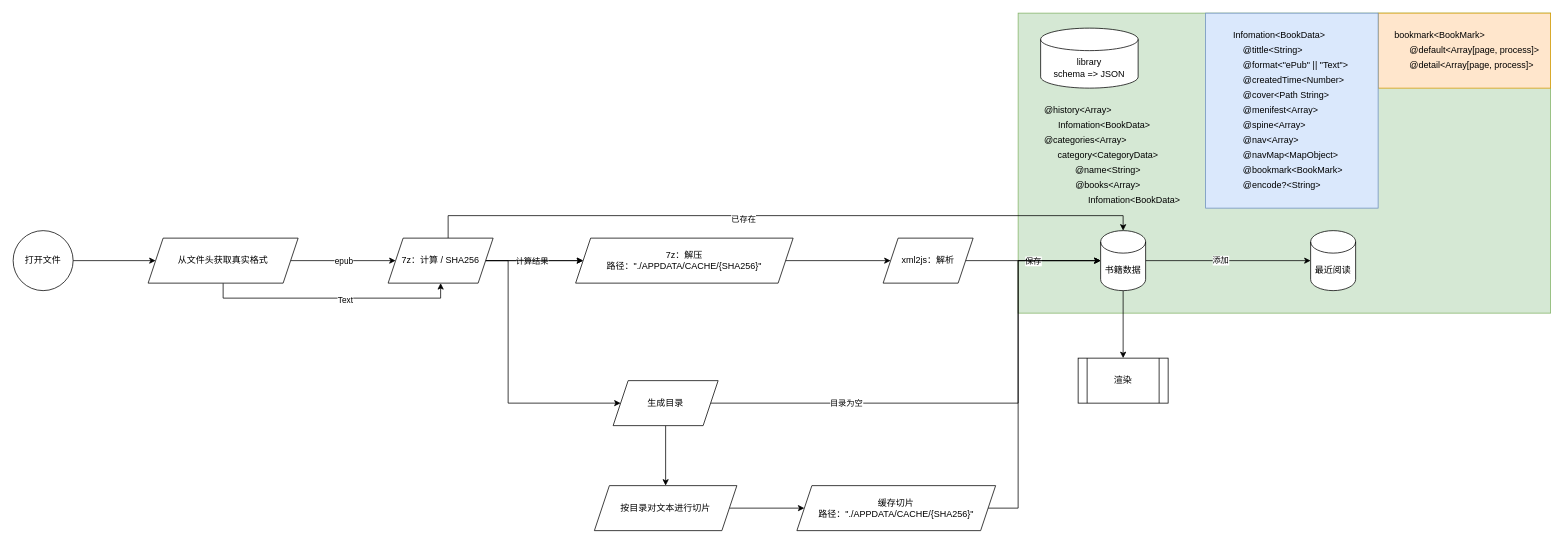
Above: blueprint/Process.drawio in nsplup/aReader (draw.io), before the change. Source tidied: cells renumbered, new cells numbered last; positions are measured from the earlier drawing's top-left corner, leaving out a move shared by most shapes. Both pictures are drawn from the tidied source at 75%, with x=0, y=0 at pixel (13, 13).
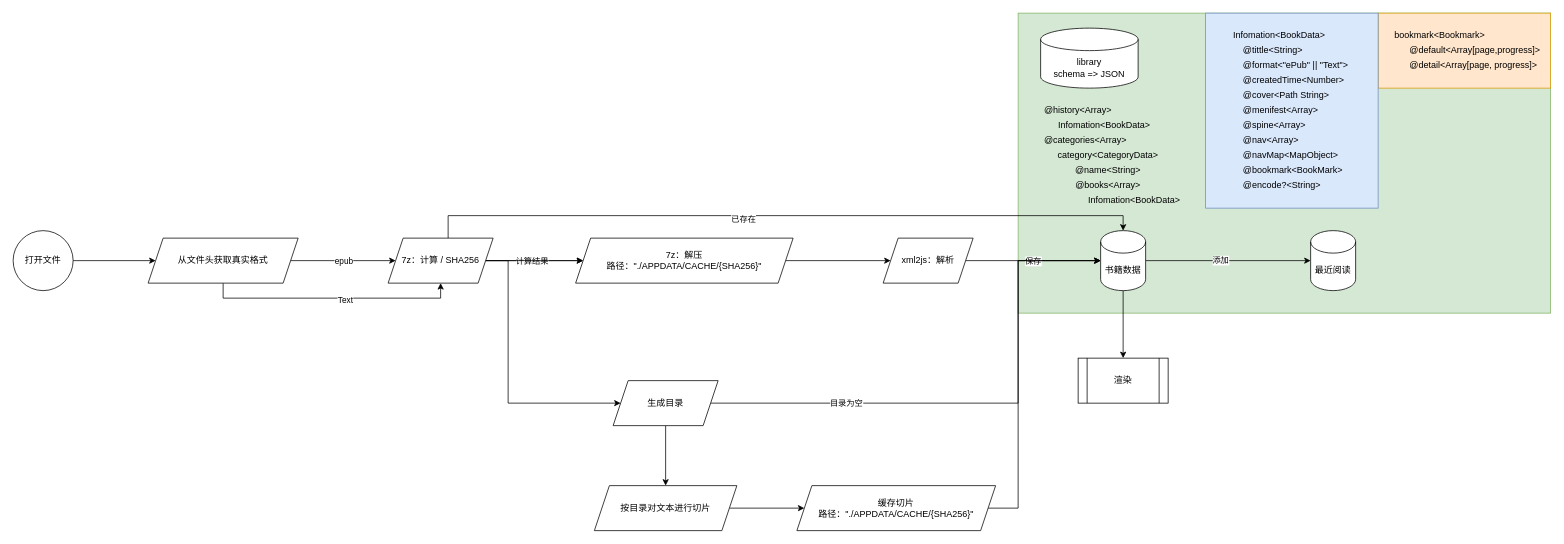
The same diagram, later.

The edit, as a diff of the source:
```diff
@@
-    <mxCell id="55" value="bookmark&amp;lt;BookMark&amp;gt;" style="text;html=1;strokeColor=none;fillColor=none;align=left;verticalAlign=middle;whiteSpace=wrap;rounded=0;" parent="1" vertex="1">
+    <mxCell id="55" value="bookmark&amp;lt;Bookmark&amp;gt;" style="text;html=1;strokeColor=none;fillColor=none;align=left;verticalAlign=middle;whiteSpace=wrap;rounded=0;" parent="1" vertex="1">
       <mxGeometry x="1840" y="20" width="132" height="20" as="geometry" />
     </mxCell>
-    <mxCell id="56" value="@default&amp;lt;Array[page, process]&amp;gt;" style="text;html=1;strokeColor=none;fillColor=none;align=left;verticalAlign=middle;whiteSpace=wrap;rounded=0;" parent="1" vertex="1">
+    <mxCell id="56" value="@default&amp;lt;Array[page,progress]&amp;gt;" style="text;html=1;strokeColor=none;fillColor=none;align=left;verticalAlign=middle;whiteSpace=wrap;rounded=0;" parent="1" vertex="1">
       <mxGeometry x="1860" y="40" width="180" height="20" as="geometry" />
     </mxCell>
-    <mxCell id="57" value="@detail&amp;lt;Array[page, process]&amp;gt;" style="text;html=1;strokeColor=none;fillColor=none;align=left;verticalAlign=middle;whiteSpace=wrap;rounded=0;" parent="1" vertex="1">
+    <mxCell id="57" value="@detail&amp;lt;Array[page, progress]&amp;gt;" style="text;html=1;strokeColor=none;fillColor=none;align=left;verticalAlign=middle;whiteSpace=wrap;rounded=0;" parent="1" vertex="1">
       <mxGeometry x="1860" y="60" width="180" height="20" as="geometry" />
     </mxCell>
```
